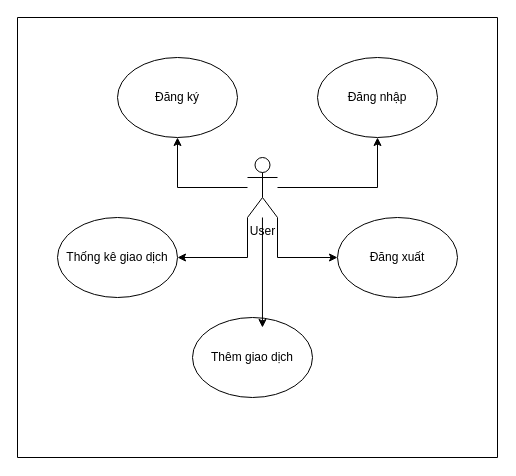
Earlier version of the draw.io diagram user smart-wallet.drawio (leehoang21/uml). Source tidied: cells renumbered, new cells numbered last; positions are measured from the earlier drawing's top-left corner, leaving out a move shared by most shapes. Both pictures are drawn from the tidied source at 100%, with x=0, y=0 at pixel (17, 17).
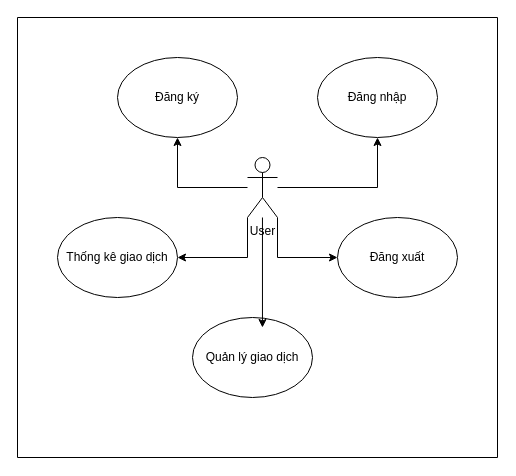
Above is the later version.

Change to the diagram source:
```diff
@@
-    <mxCell id="10" value="Thêm giao dịch" style="ellipse;whiteSpace=wrap;html=1;" parent="1" vertex="1">
+    <mxCell id="10" value="Quản lý giao dịch" style="ellipse;whiteSpace=wrap;html=1;" parent="1" vertex="1">
       <mxGeometry x="175" y="300" width="120" height="80" as="geometry" />
     </mxCell>
```
